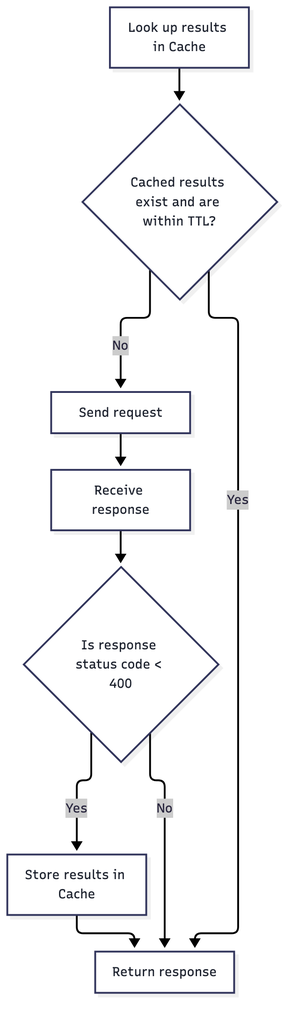
Earlier version of the Mermaid export docs/tex/include/fig-cache-flowchart-diagram.png (esaounkine/uop-thesis). Its source is kept beside it as docs/diagrams/fig-cache-flowchart-diagram.mmd. Source of this version:
```mermaid
graph TB
  lookup["Look up results in Cache"] --> hit{"Cached results exist and are within TTL?"}
  hit -->|"No"| send["Send request"]
  send --> recv["Receive response"]
  recv --> ok{"Is response status code < 400"}
  ok -->|"Yes"| store["Store results in Cache"]
  store --> ret["Return response"]
  ok -->|"No"| ret
  hit -->|"Yes"| ret

  classDef plain fill:#ffffff,stroke:#33365c,stroke-width:2px,color:#1f2430
  class lookup,hit,send,recv,ok,store,ret plain
```
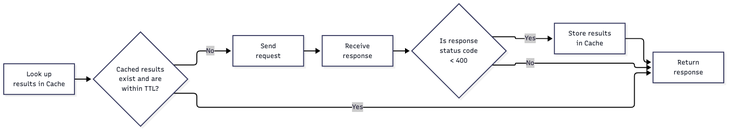
After the commit.

Diff of the diagram source:
```diff
@@ -1,10 +1,11 @@
-graph TB
-  lookup["Look up results in Cache"] --> hit{"Cached results exist and are within TTL?"}
-  hit -->|"No"| send["Send request"]
-  send --> recv["Receive response"]
-  recv --> ok{"Is response status code < 400"}
-  ok -->|"Yes"| store["Store results in Cache"]
-  store --> ret["Return response"]
+%%{init: {"flowchart": {"rankSpacing": 20, "padding": 10}} }%%
+graph LR
+  lookup["Look up<br/>results in Cache"] --> hit{"Cached results<br/>exist and are<br/>within TTL?"}
+  hit -->|"No"| send["Send<br/>request"]
+  send --> recv["Receive<br/> response"]
+  recv --> ok{"Is response<br/> status code <br/>< 400"}
+  ok -->|"Yes"| store["Store results<br/> in Cache"]
+  store --> ret["Return<br/>response"]
   ok -->|"No"| ret
   hit -->|"Yes"| ret
 
```
